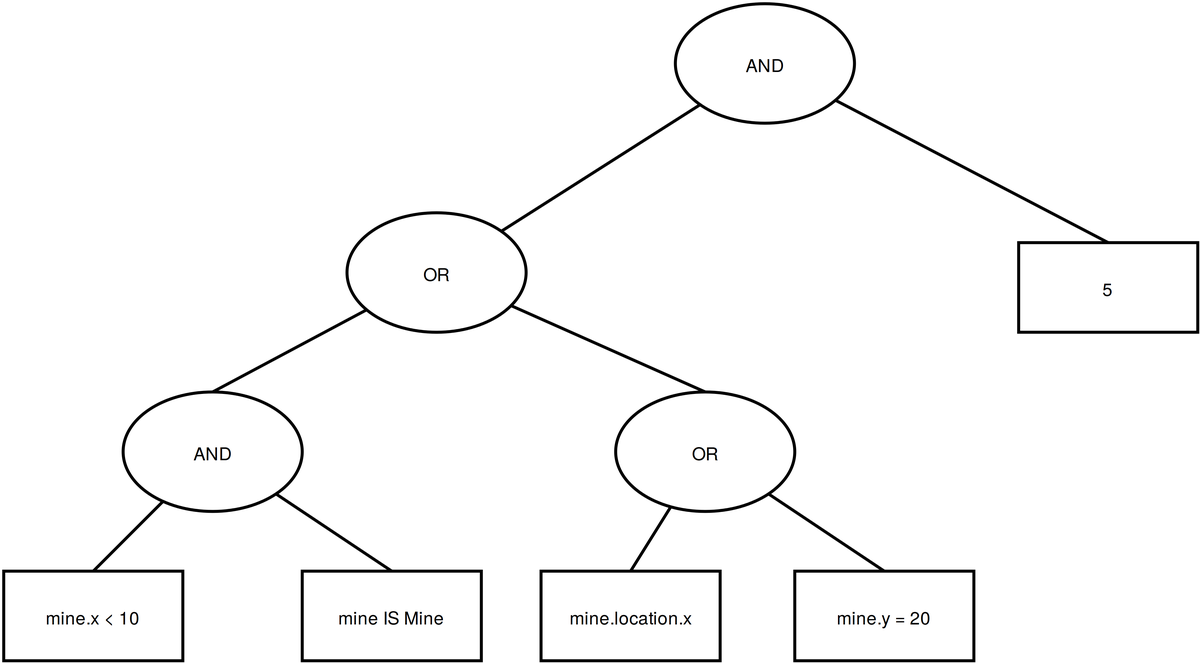
Before: images/WhereBuild.png, a diagram exported from draw.io (itachiviktor/tdkdolgozat). Source tidied: cells renumbered, new cells last; positions are measured from the earlier drawing's top-left corner, leaving out a move shared by most shapes. The source it was exported from:
```xml
<mxGraphModel background="#ffffff">
  <root>
    <mxCell id="0" />
    <mxCell id="1" parent="0" />
    <mxCell id="2" style="edgeStyle=none;rounded=0;html=1;endArrow=none;endFill=0;jettySize=auto;strokeWidth=2;" parent="1" edge="1" source="4" target="7">
      <mxGeometry relative="1" as="geometry" />
    </mxCell>
    <mxCell id="3" style="edgeStyle=none;rounded=0;html=1;endArrow=none;endFill=0;jettySize=auto;strokeWidth=2;entryX=0.5;entryY=0;" parent="1" edge="1" source="4" target="8">
      <mxGeometry relative="1" as="geometry" />
    </mxCell>
    <mxCell id="4" value="AND" style="ellipse;whiteSpace=wrap;html=1;strokeWidth=2;" parent="1" vertex="1">
      <mxGeometry x="450" width="120" height="80" as="geometry" />
    </mxCell>
    <mxCell id="5" style="edgeStyle=none;rounded=0;html=1;entryX=0.5;entryY=0;endArrow=none;endFill=0;jettySize=auto;strokeWidth=2;" parent="1" edge="1" source="7" target="14">
      <mxGeometry relative="1" as="geometry" />
    </mxCell>
    <mxCell id="6" style="edgeStyle=none;rounded=0;html=1;entryX=0.5;entryY=0;endArrow=none;endFill=0;jettySize=auto;strokeWidth=2;" parent="1" edge="1" source="7" target="11">
      <mxGeometry relative="1" as="geometry" />
    </mxCell>
    <mxCell id="7" value="OR" style="ellipse;whiteSpace=wrap;html=1;strokeWidth=2;" parent="1" vertex="1">
      <mxGeometry x="230" y="140" width="120" height="80" as="geometry" />
    </mxCell>
    <mxCell id="8" value="5" style="whiteSpace=wrap;html=1;strokeWidth=2;" parent="1" vertex="1">
      <mxGeometry x="680" y="160" width="120" height="60" as="geometry" />
    </mxCell>
    <mxCell id="9" style="edgeStyle=none;rounded=0;html=1;entryX=0.5;entryY=0;endArrow=none;endFill=0;jettySize=auto;strokeWidth=2;" parent="1" edge="1" source="11" target="15">
      <mxGeometry relative="1" as="geometry" />
    </mxCell>
    <mxCell id="10" style="edgeStyle=none;rounded=0;html=1;entryX=0.5;entryY=0;endArrow=none;endFill=0;jettySize=auto;strokeWidth=2;" parent="1" edge="1" source="11" target="16">
      <mxGeometry relative="1" as="geometry" />
    </mxCell>
    <mxCell id="11" value="AND" style="ellipse;whiteSpace=wrap;html=1;strokeWidth=2;" parent="1" vertex="1">
      <mxGeometry x="80" y="260" width="120" height="80" as="geometry" />
    </mxCell>
    <mxCell id="12" style="edgeStyle=none;rounded=0;html=1;entryX=0.5;entryY=0;endArrow=none;endFill=0;jettySize=auto;strokeWidth=2;" parent="1" edge="1" source="14" target="17">
      <mxGeometry relative="1" as="geometry" />
    </mxCell>
    <mxCell id="13" style="edgeStyle=none;rounded=0;html=1;entryX=0.5;entryY=0;endArrow=none;endFill=0;jettySize=auto;strokeWidth=2;" parent="1" edge="1" source="14" target="18">
      <mxGeometry relative="1" as="geometry" />
    </mxCell>
    <mxCell id="14" value="OR" style="ellipse;whiteSpace=wrap;html=1;strokeWidth=2;" parent="1" vertex="1">
      <mxGeometry x="410" y="260" width="120" height="80" as="geometry" />
    </mxCell>
    <mxCell id="15" value="mine.x &amp;lt; 10&lt;br&gt;" style="whiteSpace=wrap;html=1;strokeWidth=2;" parent="1" vertex="1">
      <mxGeometry y="380" width="120" height="60" as="geometry" />
    </mxCell>
    <mxCell id="16" value="mine IS Mine&lt;br&gt;" style="whiteSpace=wrap;html=1;strokeWidth=2;" parent="1" vertex="1">
      <mxGeometry x="200" y="380" width="120" height="60" as="geometry" />
    </mxCell>
    <mxCell id="17" value="mine.location.x&lt;br&gt;" style="whiteSpace=wrap;html=1;strokeWidth=2;" parent="1" vertex="1">
      <mxGeometry x="360" y="380" width="120" height="60" as="geometry" />
    </mxCell>
    <mxCell id="18" value="mine.y = 20&lt;br&gt;" style="whiteSpace=wrap;html=1;strokeWidth=2;" parent="1" vertex="1">
      <mxGeometry x="530" y="380" width="120" height="60" as="geometry" />
    </mxCell>
  </root>
</mxGraphModel>
```
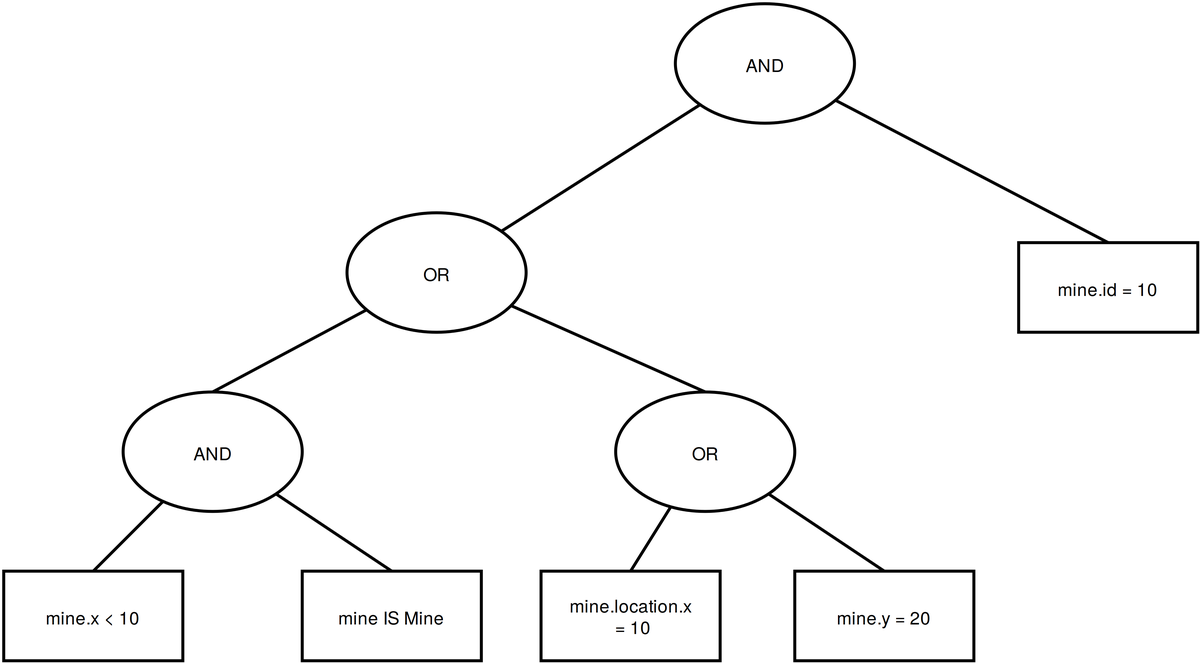
Later version of the same file.

Commit message:
demo chapter finished

The edit, as a diff of the source:
```diff
@@ -20,7 +20,7 @@
     <mxCell id="7" value="OR" style="ellipse;whiteSpace=wrap;html=1;strokeWidth=2;" parent="1" vertex="1">
       <mxGeometry x="230" y="140" width="120" height="80" as="geometry" />
     </mxCell>
-    <mxCell id="8" value="5" style="whiteSpace=wrap;html=1;strokeWidth=2;" parent="1" vertex="1">
+    <mxCell id="8" value="mine.id = 10&lt;br&gt;" style="whiteSpace=wrap;html=1;strokeWidth=2;" parent="1" vertex="1">
       <mxGeometry x="680" y="160" width="120" height="60" as="geometry" />
     </mxCell>
     <mxCell id="9" style="edgeStyle=none;rounded=0;html=1;entryX=0.5;entryY=0;endArrow=none;endFill=0;jettySize=auto;strokeWidth=2;" parent="1" edge="1" source="11" target="15">
@@ -47,7 +47,7 @@
     <mxCell id="16" value="mine IS Mine&lt;br&gt;" style="whiteSpace=wrap;html=1;strokeWidth=2;" parent="1" vertex="1">
       <mxGeometry x="200" y="380" width="120" height="60" as="geometry" />
     </mxCell>
-    <mxCell id="17" value="mine.location.x&lt;br&gt;" style="whiteSpace=wrap;html=1;strokeWidth=2;" parent="1" vertex="1">
+    <mxCell id="17" value="mine.location.x&lt;br&gt;&amp;nbsp;= 10&lt;br&gt;" style="whiteSpace=wrap;html=1;strokeWidth=2;" parent="1" vertex="1">
       <mxGeometry x="360" y="380" width="120" height="60" as="geometry" />
     </mxCell>
     <mxCell id="18" value="mine.y = 20&lt;br&gt;" style="whiteSpace=wrap;html=1;strokeWidth=2;" parent="1" vertex="1">
```
